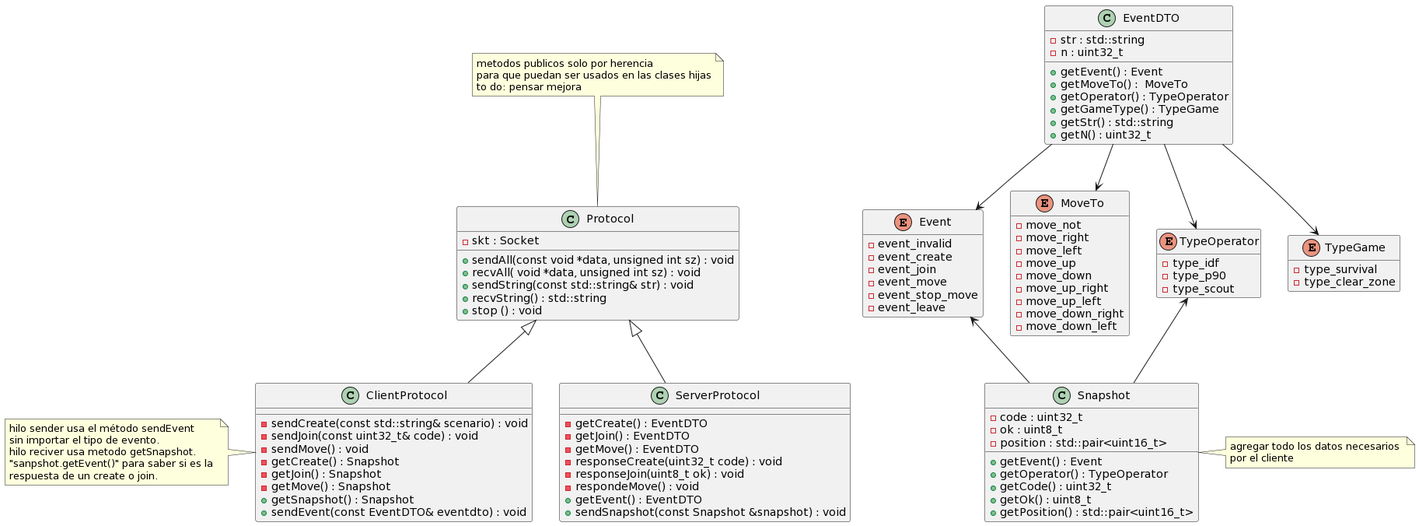
mdavic0/7542_Taller_TP_Final keeps this PlantUML diagram as Diagrams/protocolv1.png. Above is the earlier version.
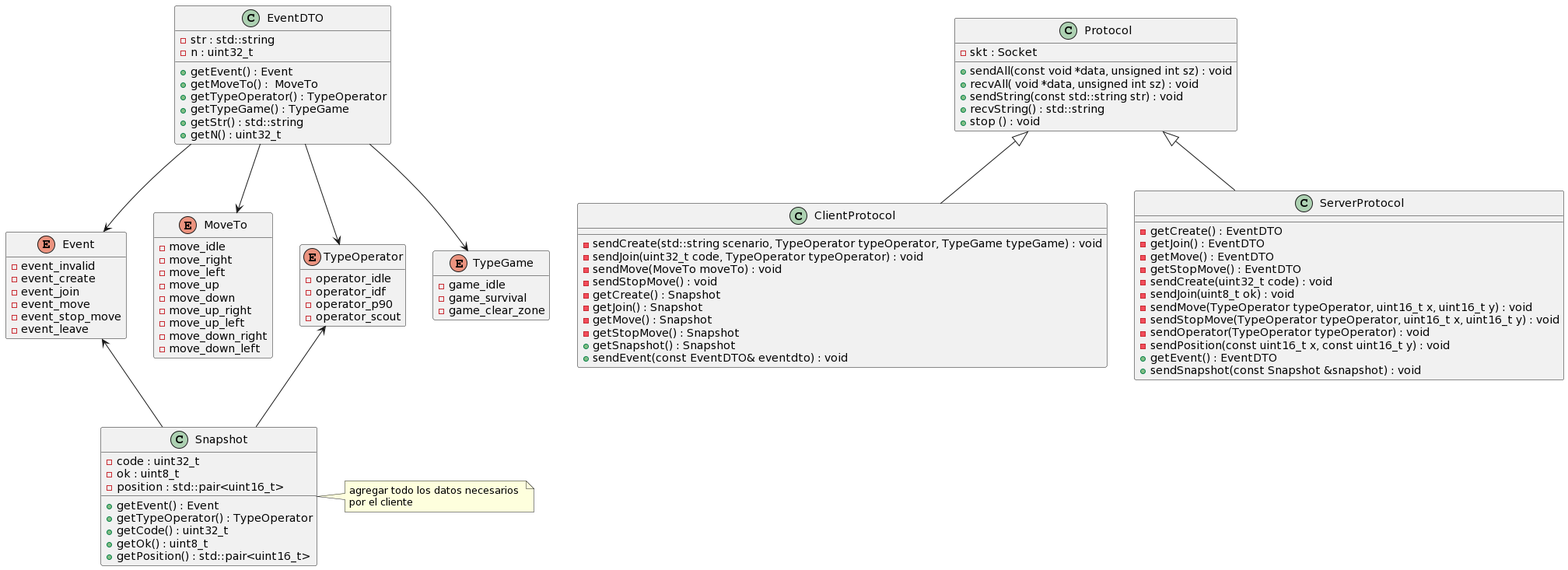
Above is the later version.

The edit, as a diff of the source:
```diff
@@ -3,43 +3,37 @@
 - skt : Socket
 + sendAll(const void *data, unsigned int sz) : void
 + recvAll( void *data, unsigned int sz) : void
-+ sendString(const std::string& str) : void
++ sendString(const std::string str) : void
 + recvString() : std::string
 + stop () : void
 }
 
-note top of Protocol
-metodos publicos solo por herencia
-para que puedan ser usados en las clases hijas
-to do: pensar mejora
-end note
 
 class ClientProtocol{
-- sendCreate(const std::string& scenario) : void
-- sendJoin(const uint32_t& code) : void
-- sendMove() : void
+- sendCreate(std::string scenario, TypeOperator typeOperator, TypeGame typeGame) : void
+- sendJoin(uint32_t code, TypeOperator typeOperator) : void
+- sendMove(MoveTo moveTo) : void
+- sendStopMove() : void
 - getCreate() : Snapshot
 - getJoin() : Snapshot
 - getMove() : Snapshot
+- getStopMove() : Snapshot
 + getSnapshot() : Snapshot
 + sendEvent(const EventDTO& eventdto) : void
 }
 
-note left of ClientProtocol
-hilo sender usa el método sendEvent
-sin importar el tipo de evento.
-hilo reciver usa metodo getSnapshot.
-"sanpshot.getEvent()" para saber si es la
-respuesta de un create o join.
-end note
 
 class ServerProtocol {
 - getCreate() : EventDTO
 - getJoin() : EventDTO
 - getMove() : EventDTO
-- responseCreate(uint32_t code) : void
-- responseJoin(uint8_t ok) : void
-- respondeMove() : void
+- getStopMove() : EventDTO
+- sendCreate(uint32_t code) : void
+- sendJoin(uint8_t ok) : void
+- sendMove(TypeOperator typeOperator, uint16_t x, uint16_t y) : void
+- sendStopMove(TypeOperator typeOperator, uint16_t x, uint16_t y) : void
+- sendOperator(TypeOperator typeOperator) : void
+- sendPosition(const uint16_t x, const uint16_t y) : void
 + getEvent() : EventDTO
 + sendSnapshot(const Snapshot &snapshot) : void
 }
@@ -52,8 +46,8 @@
 - n : uint32_t
 + getEvent() : Event
 + getMoveTo() :  MoveTo
-+ getOperator() : TypeOperator
-+ getGameType() : TypeGame
++ getTypeOperator() : TypeOperator
++ getTypeGame() : TypeGame
 + getStr() : std::string
 + getN() : uint32_t
 }
@@ -64,7 +58,7 @@
 - ok : uint8_t
 - position : std::pair<uint16_t>
 + getEvent() : Event
-+ getOperator() : TypeOperator
++ getTypeOperator() : TypeOperator
 + getCode() : uint32_t
 + getOk() : uint8_t
 + getPosition() : std::pair<uint16_t>
@@ -87,7 +81,7 @@
 hide Event methods
 
 enum MoveTo {
-- move_not
+- move_idle
 - move_right
 - move_left
 - move_up
@@ -101,17 +95,19 @@
 hide MoveTo methods
 
 enum TypeOperator {
- - type_idf
- - type_p90
- - type_scout
+- operator_idle
+- operator_idf
+- operator_p90
+- operator_scout
 }
 
 hide TypeOperator methods
 
 
 enum TypeGame {
- - type_survival
- - type_clear_zone
+- game_idle
+- game_survival
+- game_clear_zone
 }
 
 hide TypeGame methods
```
